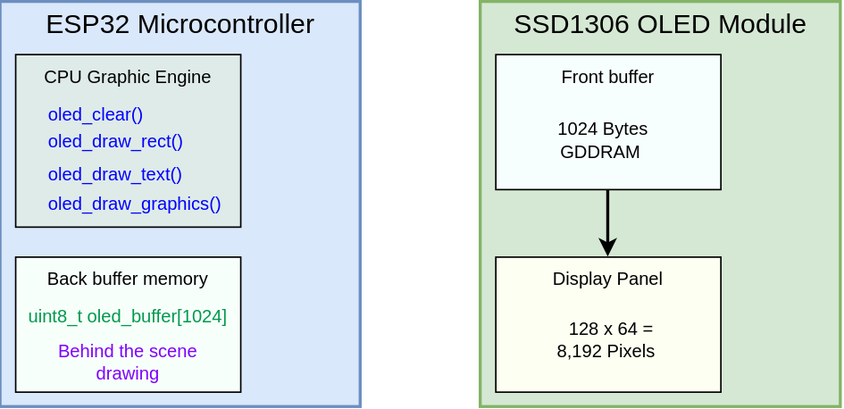
016Rusneeda/Week-09-SPI-OLED-and-Kestrel-UI keeps this draw.io diagram as Images/Double_Buffering_Concept.svg. Above is the earlier version. Source tidied: cells renumbered, new cells last; positions are measured from the earlier drawing's top-left corner, leaving out a move shared by most shapes. Source of this version:
```xml
<mxGraphModel>
  <root>
    <mxCell id="0" />
    <mxCell id="1" parent="0" />
    <mxCell id="2" style="whiteSpace=wrap;html=1;strokeWidth=2;fontSize=16;fillColor=#dae8fc;strokeColor=#6c8ebf;" parent="1" vertex="1">
      <mxGeometry width="240" height="270" as="geometry" />
    </mxCell>
    <mxCell id="3" style="whiteSpace=wrap;html=1;fillColor=#DFEBE8;" parent="1" vertex="1">
      <mxGeometry x="10" y="35" width="150" height="115" as="geometry" />
    </mxCell>
    <mxCell id="4" value="ESP32 Microcontroller" style="text;html=1;whiteSpace=wrap;strokeColor=none;fillColor=none;align=center;verticalAlign=middle;rounded=0;fontSize=18;" parent="1" vertex="1">
      <mxGeometry width="240" height="30" as="geometry" />
    </mxCell>
    <mxCell id="5" value="CPU Graphic Engine" style="text;html=1;whiteSpace=wrap;strokeColor=none;fillColor=none;align=center;verticalAlign=middle;rounded=0;" parent="1" vertex="1">
      <mxGeometry x="10" y="35" width="150" height="30" as="geometry" />
    </mxCell>
    <mxCell id="6" value="oled_clear()" style="text;html=1;whiteSpace=wrap;strokeColor=none;fillColor=none;align=left;verticalAlign=middle;rounded=0;fontColor=#0000FF;" parent="1" vertex="1">
      <mxGeometry x="30" y="60" width="120" height="30" as="geometry" />
    </mxCell>
    <mxCell id="7" value="oled_draw_rect()" style="text;html=1;whiteSpace=wrap;strokeColor=none;fillColor=none;align=left;verticalAlign=middle;rounded=0;fontColor=#0000FF;" parent="1" vertex="1">
      <mxGeometry x="30" y="78" width="120" height="30" as="geometry" />
    </mxCell>
    <mxCell id="8" value="oled_draw_text()" style="text;html=1;whiteSpace=wrap;strokeColor=none;fillColor=none;align=left;verticalAlign=middle;rounded=0;fontColor=#0000FF;" parent="1" vertex="1">
      <mxGeometry x="30" y="100" width="120" height="30" as="geometry" />
    </mxCell>
    <mxCell id="9" value="oled_draw_graphics()" style="text;html=1;whiteSpace=wrap;strokeColor=none;fillColor=none;align=left;verticalAlign=middle;rounded=0;fontColor=#0000FF;" parent="1" vertex="1">
      <mxGeometry x="30" y="120" width="120" height="30" as="geometry" />
    </mxCell>
    <mxCell id="10" style="whiteSpace=wrap;html=1;fillColor=#F7FFFA;" parent="1" vertex="1">
      <mxGeometry x="10" y="170" width="150" height="90" as="geometry" />
    </mxCell>
    <mxCell id="11" value="Back buffer memory" style="text;html=1;whiteSpace=wrap;strokeColor=none;fillColor=none;align=center;verticalAlign=middle;rounded=0;" parent="1" vertex="1">
      <mxGeometry x="10" y="170" width="150" height="30" as="geometry" />
    </mxCell>
    <mxCell id="12" value="&lt;p&gt;uint8_t oled_buffer[1024]&lt;/p&gt;" style="text;html=1;whiteSpace=wrap;strokeColor=none;fillColor=none;align=center;verticalAlign=middle;rounded=0;fontColor=#00994D;" parent="1" vertex="1">
      <mxGeometry x="10" y="195" width="150" height="30" as="geometry" />
    </mxCell>
    <mxCell id="13" value="Behind the scene drawing" style="text;html=1;whiteSpace=wrap;strokeColor=none;fillColor=none;align=center;verticalAlign=middle;rounded=0;fontColor=#7F00FF;" parent="1" vertex="1">
      <mxGeometry x="30" y="225" width="110" height="30" as="geometry" />
    </mxCell>
    <mxCell id="14" style="whiteSpace=wrap;html=1;strokeWidth=2;fontSize=16;fillColor=#d5e8d4;strokeColor=#82b366;gradientDirection=north;" parent="1" vertex="1">
      <mxGeometry x="320" width="240" height="270" as="geometry" />
    </mxCell>
    <mxCell id="15" style="edgeStyle=orthogonalEdgeStyle;rounded=0;jettySize=auto;html=1;exitX=0.5;exitY=1;exitDx=0;exitDy=0;entryX=0.5;entryY=0;entryDx=0;entryDy=0;strokeWidth=2;" parent="1" edge="1" source="16" target="20">
      <mxGeometry relative="1" as="geometry" />
    </mxCell>
    <mxCell id="16" style="whiteSpace=wrap;html=1;fillColor=#F7FFFE;" parent="1" vertex="1">
      <mxGeometry x="330" y="35" width="150" height="90" as="geometry" />
    </mxCell>
    <mxCell id="17" value="SSD1306 OLED Module" style="text;html=1;whiteSpace=wrap;strokeColor=none;fillColor=none;align=center;verticalAlign=middle;rounded=0;fontSize=18;" parent="1" vertex="1">
      <mxGeometry x="320" width="240" height="30" as="geometry" />
    </mxCell>
    <mxCell id="18" value="Front buffer" style="text;html=1;whiteSpace=wrap;strokeColor=none;fillColor=none;align=center;verticalAlign=middle;rounded=0;" parent="1" vertex="1">
      <mxGeometry x="330" y="35" width="150" height="30" as="geometry" />
    </mxCell>
    <mxCell id="19" style="whiteSpace=wrap;html=1;fillColor=#FDFFF2;" parent="1" vertex="1">
      <mxGeometry x="330" y="170" width="150" height="90" as="geometry" />
    </mxCell>
    <mxCell id="20" value="Display Panel" style="text;html=1;whiteSpace=wrap;strokeColor=none;fillColor=none;align=center;verticalAlign=middle;rounded=0;" parent="1" vertex="1">
      <mxGeometry x="330" y="170" width="150" height="30" as="geometry" />
    </mxCell>
    <mxCell id="21" value="&lt;p&gt;&amp;nbsp;1024 Bytes GDDRAM&lt;/p&gt;" style="text;html=1;whiteSpace=wrap;strokeColor=none;fillColor=none;align=center;verticalAlign=middle;rounded=0;" parent="1" vertex="1">
      <mxGeometry x="345" y="77.5" width="110" height="30" as="geometry" />
    </mxCell>
    <mxCell id="22" value="&lt;p&gt;&amp;nbsp;128 x 64 = 8,192 Pixels&amp;nbsp;&lt;/p&gt;" style="text;html=1;whiteSpace=wrap;strokeColor=none;fillColor=none;align=center;verticalAlign=middle;rounded=0;" parent="1" vertex="1">
      <mxGeometry x="362.5" y="210" width="85" height="30" as="geometry" />
    </mxCell>
  </root>
</mxGraphModel>
```
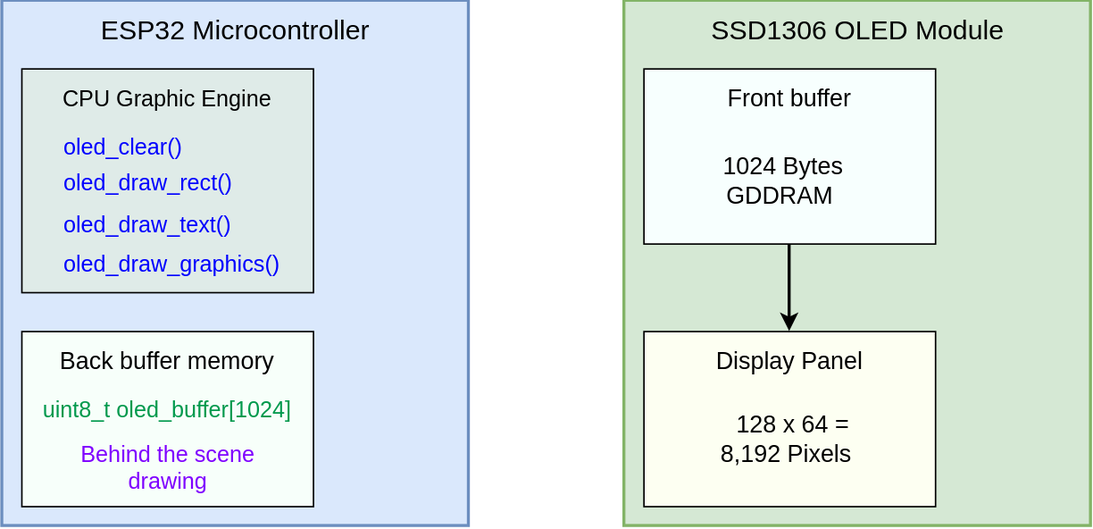
Above is the later version.

Commit message:
docs: add double buffering concept diagram for OLED display

The edit, as a diff of the source:
```diff
@@ -2,68 +2,71 @@
   <root>
     <mxCell id="0" />
     <mxCell id="1" parent="0" />
+    <mxCell id="23" style="group;" parent="1" vertex="1">
+      <mxGeometry width="725.9" height="350" as="geometry" />
+    </mxCell>
-    <mxCell id="2" style="whiteSpace=wrap;html=1;strokeWidth=2;fontSize=16;fillColor=#dae8fc;strokeColor=#6c8ebf;" parent="1" vertex="1">
-      <mxGeometry width="240" height="270" as="geometry" />
+    <mxCell id="2" style="whiteSpace=wrap;html=1;strokeWidth=2;fontSize=16;fillColor=#dae8fc;strokeColor=#6c8ebf;" parent="23" vertex="1">
+      <mxGeometry width="311.1" height="350" as="geometry" />
     </mxCell>
-    <mxCell id="3" style="whiteSpace=wrap;html=1;fillColor=#DFEBE8;" parent="1" vertex="1">
-      <mxGeometry x="10" y="35" width="150" height="115" as="geometry" />
+    <mxCell id="3" style="whiteSpace=wrap;html=1;fillColor=#DFEBE8;" parent="23" vertex="1">
+      <mxGeometry x="13" y="45.4" width="194.4" height="149.1" as="geometry" />
     </mxCell>
-    <mxCell id="4" value="ESP32 Microcontroller" style="text;html=1;whiteSpace=wrap;strokeColor=none;fillColor=none;align=center;verticalAlign=middle;rounded=0;fontSize=18;" parent="1" vertex="1">
-      <mxGeometry width="240" height="30" as="geometry" />
+    <mxCell id="4" value="ESP32 Microcontroller" style="text;html=1;whiteSpace=wrap;strokeColor=none;fillColor=none;align=center;verticalAlign=middle;rounded=0;fontSize=18;" parent="23" vertex="1">
+      <mxGeometry width="311.1" height="38.9" as="geometry" />
     </mxCell>
-    <mxCell id="5" value="CPU Graphic Engine" style="text;html=1;whiteSpace=wrap;strokeColor=none;fillColor=none;align=center;verticalAlign=middle;rounded=0;" parent="1" vertex="1">
-      <mxGeometry x="10" y="35" width="150" height="30" as="geometry" />
+    <mxCell id="5" value="CPU Graphic Engine" style="text;html=1;whiteSpace=wrap;strokeColor=none;fillColor=none;align=center;verticalAlign=middle;rounded=0;fontSize=15;" parent="23" vertex="1">
+      <mxGeometry x="13" y="45.4" width="194.4" height="38.9" as="geometry" />
     </mxCell>
-    <mxCell id="6" value="oled_clear()" style="text;html=1;whiteSpace=wrap;strokeColor=none;fillColor=none;align=left;verticalAlign=middle;rounded=0;fontColor=#0000FF;" parent="1" vertex="1">
-      <mxGeometry x="30" y="60" width="120" height="30" as="geometry" />
+    <mxCell id="6" value="oled_clear()" style="text;html=1;whiteSpace=wrap;strokeColor=none;fillColor=none;align=left;verticalAlign=middle;rounded=0;fontColor=#0000FF;fontSize=15;" parent="23" vertex="1">
+      <mxGeometry x="38.9" y="77.8" width="155.6" height="38.9" as="geometry" />
     </mxCell>
-    <mxCell id="7" value="oled_draw_rect()" style="text;html=1;whiteSpace=wrap;strokeColor=none;fillColor=none;align=left;verticalAlign=middle;rounded=0;fontColor=#0000FF;" parent="1" vertex="1">
-      <mxGeometry x="30" y="78" width="120" height="30" as="geometry" />
+    <mxCell id="7" value="oled_draw_rect()" style="text;html=1;whiteSpace=wrap;strokeColor=none;fillColor=none;align=left;verticalAlign=middle;rounded=0;fontColor=#0000FF;fontSize=15;" parent="23" vertex="1">
+      <mxGeometry x="38.9" y="101.1" width="155.6" height="38.9" as="geometry" />
     </mxCell>
-    <mxCell id="8" value="oled_draw_text()" style="text;html=1;whiteSpace=wrap;strokeColor=none;fillColor=none;align=left;verticalAlign=middle;rounded=0;fontColor=#0000FF;" parent="1" vertex="1">
-      <mxGeometry x="30" y="100" width="120" height="30" as="geometry" />
+    <mxCell id="8" value="oled_draw_text()" style="text;html=1;whiteSpace=wrap;strokeColor=none;fillColor=none;align=left;verticalAlign=middle;rounded=0;fontColor=#0000FF;fontSize=15;" parent="23" vertex="1">
+      <mxGeometry x="38.9" y="129.6" width="155.6" height="38.9" as="geometry" />
     </mxCell>
-    <mxCell id="9" value="oled_draw_graphics()" style="text;html=1;whiteSpace=wrap;strokeColor=none;fillColor=none;align=left;verticalAlign=middle;rounded=0;fontColor=#0000FF;" parent="1" vertex="1">
-      <mxGeometry x="30" y="120" width="120" height="30" as="geometry" />
+    <mxCell id="9" value="oled_draw_graphics()" style="text;html=1;whiteSpace=wrap;strokeColor=none;fillColor=none;align=left;verticalAlign=middle;rounded=0;fontColor=#0000FF;fontSize=15;" parent="23" vertex="1">
+      <mxGeometry x="38.9" y="155.6" width="155.6" height="38.9" as="geometry" />
     </mxCell>
-    <mxCell id="10" style="whiteSpace=wrap;html=1;fillColor=#F7FFFA;" parent="1" vertex="1">
-      <mxGeometry x="10" y="170" width="150" height="90" as="geometry" />
+    <mxCell id="10" style="whiteSpace=wrap;html=1;fillColor=#F7FFFA;" parent="23" vertex="1">
+      <mxGeometry x="13" y="220.4" width="194.4" height="116.7" as="geometry" />
     </mxCell>
-    <mxCell id="11" value="Back buffer memory" style="text;html=1;whiteSpace=wrap;strokeColor=none;fillColor=none;align=center;verticalAlign=middle;rounded=0;" parent="1" vertex="1">
-      <mxGeometry x="10" y="170" width="150" height="30" as="geometry" />
+    <mxCell id="11" value="Back buffer memory" style="text;html=1;whiteSpace=wrap;strokeColor=none;fillColor=none;align=center;verticalAlign=middle;rounded=0;fontSize=16;" parent="23" vertex="1">
+      <mxGeometry x="13" y="220.4" width="194.4" height="38.9" as="geometry" />
     </mxCell>
-    <mxCell id="12" value="&lt;p&gt;uint8_t oled_buffer[1024]&lt;/p&gt;" style="text;html=1;whiteSpace=wrap;strokeColor=none;fillColor=none;align=center;verticalAlign=middle;rounded=0;fontColor=#00994D;" parent="1" vertex="1">
-      <mxGeometry x="10" y="195" width="150" height="30" as="geometry" />
+    <mxCell id="12" value="&lt;p&gt;uint8_t oled_buffer[1024]&lt;/p&gt;" style="text;html=1;whiteSpace=wrap;strokeColor=none;fillColor=none;align=center;verticalAlign=middle;rounded=0;fontColor=#00994D;fontSize=15;" parent="23" vertex="1">
+      <mxGeometry x="13" y="252.8" width="194.4" height="38.9" as="geometry" />
     </mxCell>
-    <mxCell id="13" value="Behind the scene drawing" style="text;html=1;whiteSpace=wrap;strokeColor=none;fillColor=none;align=center;verticalAlign=middle;rounded=0;fontColor=#7F00FF;" parent="1" vertex="1">
-      <mxGeometry x="30" y="225" width="110" height="30" as="geometry" />
+    <mxCell id="13" value="Behind the scene drawing" style="text;html=1;whiteSpace=wrap;strokeColor=none;fillColor=none;align=center;verticalAlign=middle;rounded=0;fontColor=#7F00FF;fontSize=15;" parent="23" vertex="1">
+      <mxGeometry x="38.9" y="291.7" width="142.6" height="38.9" as="geometry" />
     </mxCell>
-    <mxCell id="14" style="whiteSpace=wrap;html=1;strokeWidth=2;fontSize=16;fillColor=#d5e8d4;strokeColor=#82b366;gradientDirection=north;" parent="1" vertex="1">
-      <mxGeometry x="320" width="240" height="270" as="geometry" />
+    <mxCell id="14" style="whiteSpace=wrap;html=1;strokeWidth=2;fontSize=16;fillColor=#d5e8d4;strokeColor=#82b366;gradientDirection=north;" parent="23" vertex="1">
+      <mxGeometry x="414.8" width="311.1" height="350" as="geometry" />
     </mxCell>
-    <mxCell id="15" style="edgeStyle=orthogonalEdgeStyle;rounded=0;jettySize=auto;html=1;exitX=0.5;exitY=1;exitDx=0;exitDy=0;entryX=0.5;entryY=0;entryDx=0;entryDy=0;strokeWidth=2;" parent="1" edge="1" source="16" target="20">
+    <mxCell id="15" style="edgeStyle=orthogonalEdgeStyle;rounded=0;jettySize=auto;html=1;exitX=0.5;exitY=1;exitDx=0;exitDy=0;entryX=0.5;entryY=0;entryDx=0;entryDy=0;strokeWidth=2;" parent="23" edge="1" source="16" target="20">
       <mxGeometry relative="1" as="geometry" />
     </mxCell>
-    <mxCell id="16" style="whiteSpace=wrap;html=1;fillColor=#F7FFFE;" parent="1" vertex="1">
-      <mxGeometry x="330" y="35" width="150" height="90" as="geometry" />
+    <mxCell id="16" style="whiteSpace=wrap;html=1;fillColor=#F7FFFE;" parent="23" vertex="1">
+      <mxGeometry x="427.8" y="45.4" width="194.4" height="116.7" as="geometry" />
     </mxCell>
-    <mxCell id="17" value="SSD1306 OLED Module" style="text;html=1;whiteSpace=wrap;strokeColor=none;fillColor=none;align=center;verticalAlign=middle;rounded=0;fontSize=18;" parent="1" vertex="1">
-      <mxGeometry x="320" width="240" height="30" as="geometry" />
+    <mxCell id="17" value="SSD1306 OLED Module" style="text;html=1;whiteSpace=wrap;strokeColor=none;fillColor=none;align=center;verticalAlign=middle;rounded=0;fontSize=18;" parent="23" vertex="1">
+      <mxGeometry x="414.8" width="311.1" height="38.9" as="geometry" />
     </mxCell>
-    <mxCell id="18" value="Front buffer" style="text;html=1;whiteSpace=wrap;strokeColor=none;fillColor=none;align=center;verticalAlign=middle;rounded=0;" parent="1" vertex="1">
-      <mxGeometry x="330" y="35" width="150" height="30" as="geometry" />
+    <mxCell id="18" value="Front buffer" style="text;html=1;whiteSpace=wrap;strokeColor=none;fillColor=none;align=center;verticalAlign=middle;rounded=0;fontSize=16;" parent="23" vertex="1">
+      <mxGeometry x="427.8" y="45.4" width="194.4" height="38.9" as="geometry" />
     </mxCell>
-    <mxCell id="19" style="whiteSpace=wrap;html=1;fillColor=#FDFFF2;" parent="1" vertex="1">
-      <mxGeometry x="330" y="170" width="150" height="90" as="geometry" />
+    <mxCell id="19" style="whiteSpace=wrap;html=1;fillColor=#FDFFF2;" parent="23" vertex="1">
+      <mxGeometry x="427.8" y="220.4" width="194.4" height="116.7" as="geometry" />
     </mxCell>
-    <mxCell id="20" value="Display Panel" style="text;html=1;whiteSpace=wrap;strokeColor=none;fillColor=none;align=center;verticalAlign=middle;rounded=0;" parent="1" vertex="1">
-      <mxGeometry x="330" y="170" width="150" height="30" as="geometry" />
+    <mxCell id="20" value="Display Panel" style="text;html=1;whiteSpace=wrap;strokeColor=none;fillColor=none;align=center;verticalAlign=middle;rounded=0;fontSize=16;" parent="23" vertex="1">
+      <mxGeometry x="427.8" y="220.4" width="194.4" height="38.9" as="geometry" />
     </mxCell>
-    <mxCell id="21" value="&lt;p&gt;&amp;nbsp;1024 Bytes GDDRAM&lt;/p&gt;" style="text;html=1;whiteSpace=wrap;strokeColor=none;fillColor=none;align=center;verticalAlign=middle;rounded=0;" parent="1" vertex="1">
-      <mxGeometry x="345" y="77.5" width="110" height="30" as="geometry" />
+    <mxCell id="21" value="&lt;p&gt;&amp;nbsp;1024 Bytes GDDRAM&lt;/p&gt;" style="text;html=1;whiteSpace=wrap;strokeColor=none;fillColor=none;align=center;verticalAlign=middle;rounded=0;fontSize=16;" parent="23" vertex="1">
+      <mxGeometry x="447.2" y="100.5" width="142.6" height="38.9" as="geometry" />
     </mxCell>
-    <mxCell id="22" value="&lt;p&gt;&amp;nbsp;128 x 64 = 8,192 Pixels&amp;nbsp;&lt;/p&gt;" style="text;html=1;whiteSpace=wrap;strokeColor=none;fillColor=none;align=center;verticalAlign=middle;rounded=0;" parent="1" vertex="1">
-      <mxGeometry x="362.5" y="210" width="85" height="30" as="geometry" />
+    <mxCell id="22" value="&lt;p&gt;&amp;nbsp;128 x 64 = 8,192 Pixels&amp;nbsp;&lt;/p&gt;" style="text;html=1;whiteSpace=wrap;strokeColor=none;fillColor=none;align=center;verticalAlign=middle;rounded=0;fontSize=16;" parent="23" vertex="1">
+      <mxGeometry x="469.9" y="272.2" width="110.2" height="38.9" as="geometry" />
     </mxCell>
   </root>
 </mxGraphModel>
```
